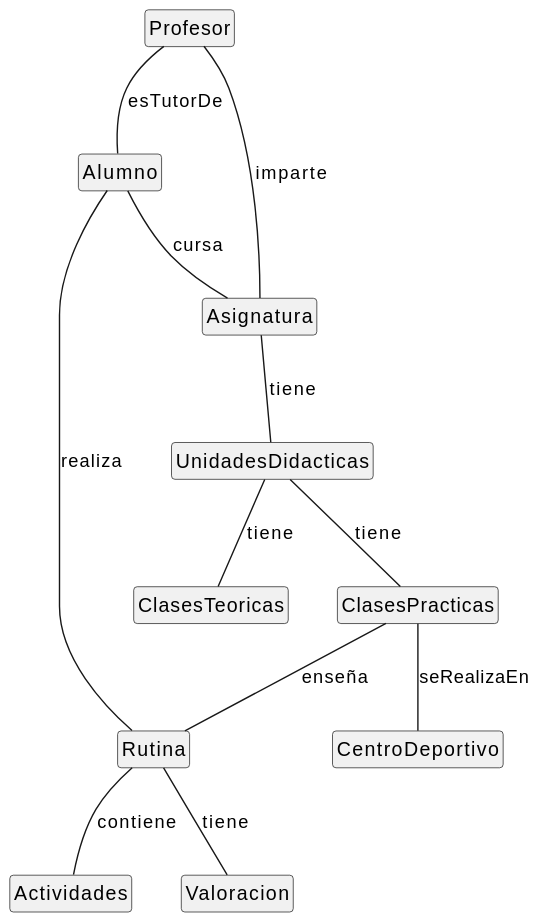
mmasias/24-25-IdSw1-SDR keeps this PlantUML diagram as Documentos/Imagenes/DiagramaClases/diagramaClases.svg. Above is the earlier version.
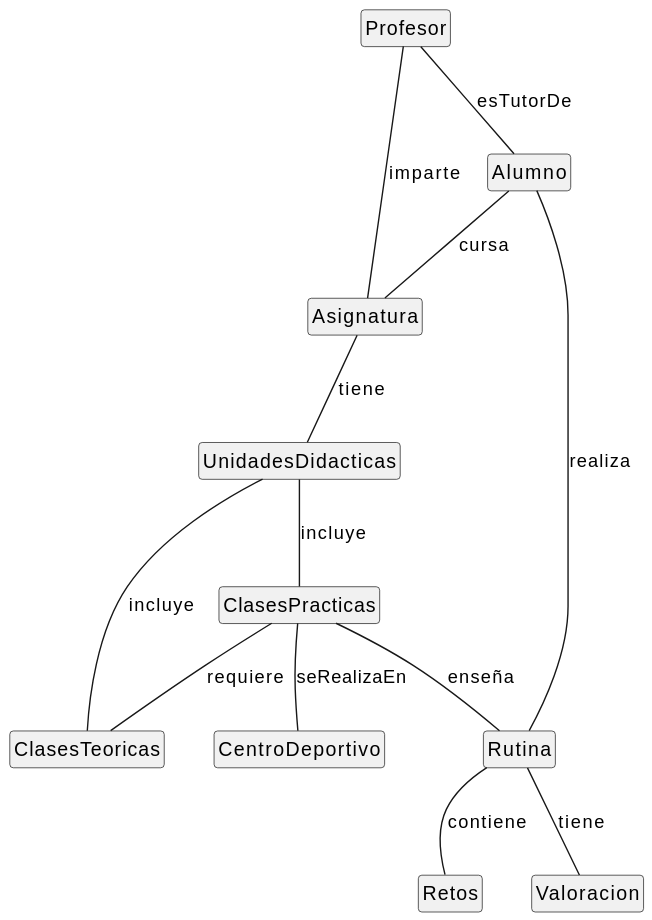
After the commit.

Commit message:
Cambio activiades por retos. Union pract y teoria

Change to the diagram source:
```diff
@@ -2,26 +2,30 @@
 hide circle
 hide empty members
 
-class Profesor{}
-class Alumno{}
-class Asignatura{}
-class UnidadesDidacticas{}
-class ClasesPracticas{}
-class ClasesTeoricas{}
-class CentroDeportivo{}
-class Rutina{}
-class Actividades{}
-class Valoracion{}
+class Profesor {}
+class Alumno {}
+class Asignatura {}
+class UnidadesDidacticas {}
+class ClasesPracticas {
+
+}
+class ClasesTeoricas {}
+class CentroDeportivo {}
+class Rutina {}
+class Retos {}
+class Valoracion {}
 
 Profesor -- Alumno : esTutorDe
 Profesor -- Asignatura : imparte
 Asignatura -- UnidadesDidacticas : tiene
-UnidadesDidacticas -- ClasesPracticas : tiene
-UnidadesDidacticas -- ClasesTeoricas : tiene
+UnidadesDidacticas -- ClasesPracticas : incluye
+UnidadesDidacticas -- ClasesTeoricas : incluye
 Alumno -- Asignatura : cursa
 ClasesPracticas -- CentroDeportivo : seRealizaEn
 ClasesPracticas -- Rutina : enseña
-Rutina -- Actividades : contiene
+Rutina -- Retos : contiene
 Rutina -- Valoracion: tiene
 Alumno -- Rutina: realiza
+
+ClasesPracticas -- ClasesTeoricas : requiere
 @enduml
```
